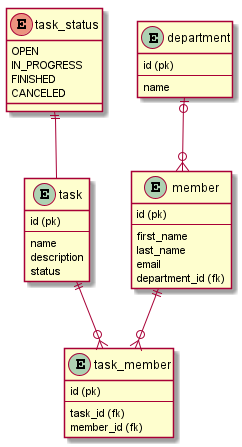
Earlier version of the PlantUML export docs/database_structure.png (ghandeland/http-server-exam).
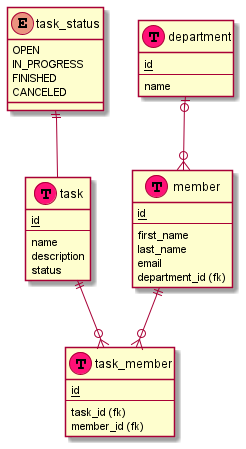
After the change.

Change to the diagram source:
```diff
@@ -1,30 +1,32 @@
 @startuml
+!define table(x) class x << (T,#ff1177) >>
+!define primary_key(x) <u>x</u>
 
-entity member {
-    id (pk)
+table(member) {
+    primary_key(id)
     ---
     first_name
     last_name
     email
     department_id (fk)
-    }
+}
 
-    entity department {
-    id (pk)
+table(department) {
+    primary_key(id)
     ---
     name
-    }
+}
 
-entity task {
-    id (pk)
+table(task) {
+    primary_key(id)
     ---
     name
     description
     status
 }
 
-entity task_member {
-    id (pk)
+table(task_member) {
+    primary_key(id)
     --
     task_id (fk)
     member_id (fk)
@@ -35,7 +37,7 @@
     IN_PROGRESS
     FINISHED
     CANCELED
-    }
+}
 
 member ||--o{ task_member
 task ||--o{ task_member
```
